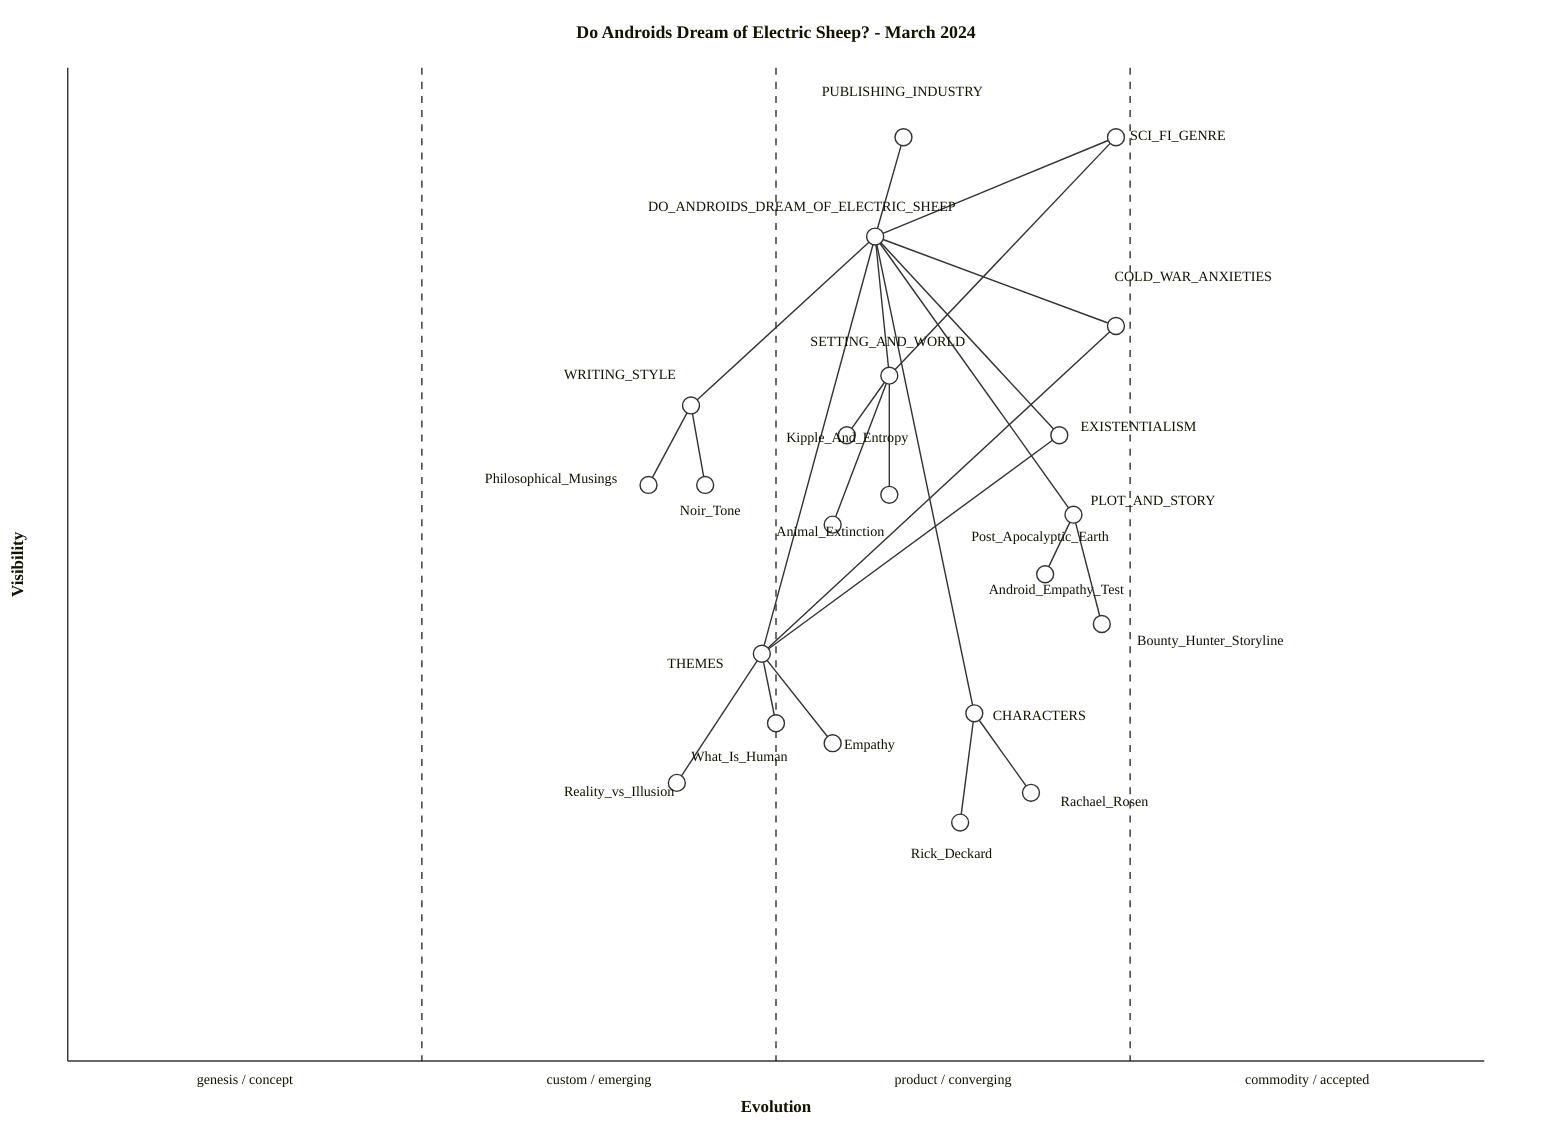
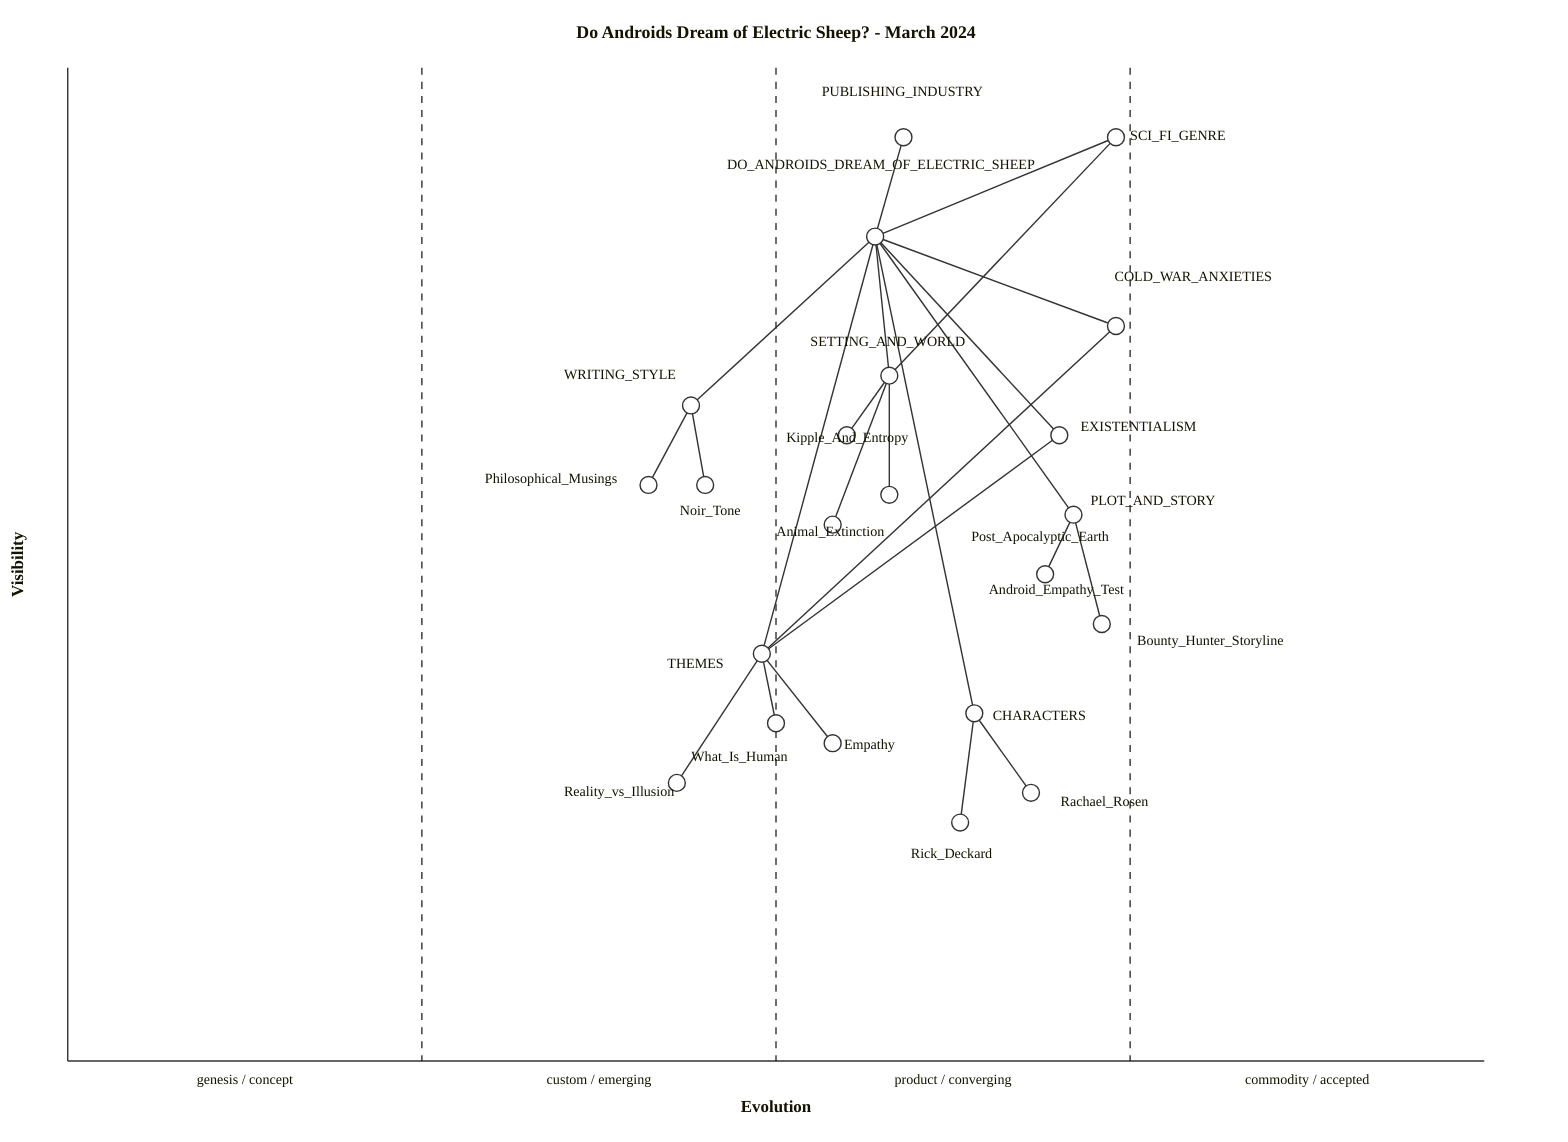
wardley-beta
title Do Androids Dream of Electric Sheep? - March 2024
size [1100, 800]
evolution genesis / concept -> custom / emerging -> product/ converging -> commodity / accepted

component PUBLISHING_INDUSTRY [0.93, 0.59] label [-58, -29]

component SCI_FI_GENRE [0.93, 0.74] label [10, 2]
component COLD_WAR_ANXIETIES [0.74, 0.74] label [-1, -32]
component EXISTENTIALISM [0.63, 0.70] label [15, -3]

- component DO_ANDROIDS_DREAM_OF_ELECTRIC_SHEEP [0.83, 0.57] label [-161, -18]
+ component DO_ANDROIDS_DREAM_OF_ELECTRIC_SHEEP [0.83, 0.57] label [-105, -48]
component PLOT_AND_STORY [0.55, 0.71] label [12, -7]
component CHARACTERS [0.35, 0.64] label [13, 5]
component SETTING_AND_WORLD [0.69, 0.58] label [-56, -21]
component THEMES [0.41, 0.49] label [-67, 10]
component WRITING_STYLE [0.66, 0.44] label [-90, -19]

component Bounty_Hunter_Storyline [0.44, 0.73] label [25, 15]
component Android_Empathy_Test [0.49, 0.69] label [-40, 14]
component Rick_Deckard [0.24, 0.63] label [-35, 25]
component Rachael_Rosen [0.27, 0.68] label [21, 9]
component Post_Apocalyptic_Earth [0.57, 0.58] label [58, 33]
component Animal_Extinction [0.54, 0.54] label [-40, 8]
component Kipple_And_Entropy [0.63, 0.55] label [-43, 5]
component Empathy [0.32, 0.54] label [8, 4]
component What_Is_Human [0.34, 0.50] label [-60, 27]
component Reality_vs_Illusion [0.28, 0.43] label [-80, 9]
component Noir_Tone [0.58, 0.45] label [-18, 21]
component Philosophical_Musings [0.58, 0.41] label [-116, -1]

SCI_FI_GENRE -> DO_ANDROIDS_DREAM_OF_ELECTRIC_SHEEP
COLD_WAR_ANXIETIES -> DO_ANDROIDS_DREAM_OF_ELECTRIC_SHEEP
EXISTENTIALISM -> DO_ANDROIDS_DREAM_OF_ELECTRIC_SHEEP
DO_ANDROIDS_DREAM_OF_ELECTRIC_SHEEP -> PLOT_AND_STORY
DO_ANDROIDS_DREAM_OF_ELECTRIC_SHEEP -> CHARACTERS
DO_ANDROIDS_DREAM_OF_ELECTRIC_SHEEP -> SETTING_AND_WORLD
DO_ANDROIDS_DREAM_OF_ELECTRIC_SHEEP -> THEMES
DO_ANDROIDS_DREAM_OF_ELECTRIC_SHEEP -> WRITING_STYLE
PLOT_AND_STORY -> Bounty_Hunter_Storyline
PLOT_AND_STORY -> Android_Empathy_Test
CHARACTERS -> Rick_Deckard
CHARACTERS -> Rachael_Rosen
SETTING_AND_WORLD -> Post_Apocalyptic_Earth
SETTING_AND_WORLD -> Animal_Extinction
SETTING_AND_WORLD -> Kipple_And_Entropy
THEMES -> Empathy
THEMES -> What_Is_Human
THEMES -> Reality_vs_Illusion
WRITING_STYLE -> Noir_Tone
WRITING_STYLE -> Philosophical_Musings
COLD_WAR_ANXIETIES -> THEMES
EXISTENTIALISM -> THEMES
SCI_FI_GENRE -> SETTING_AND_WORLD
PUBLISHING_INDUSTRY -> DO_ANDROIDS_DREAM_OF_ELECTRIC_SHEEP

